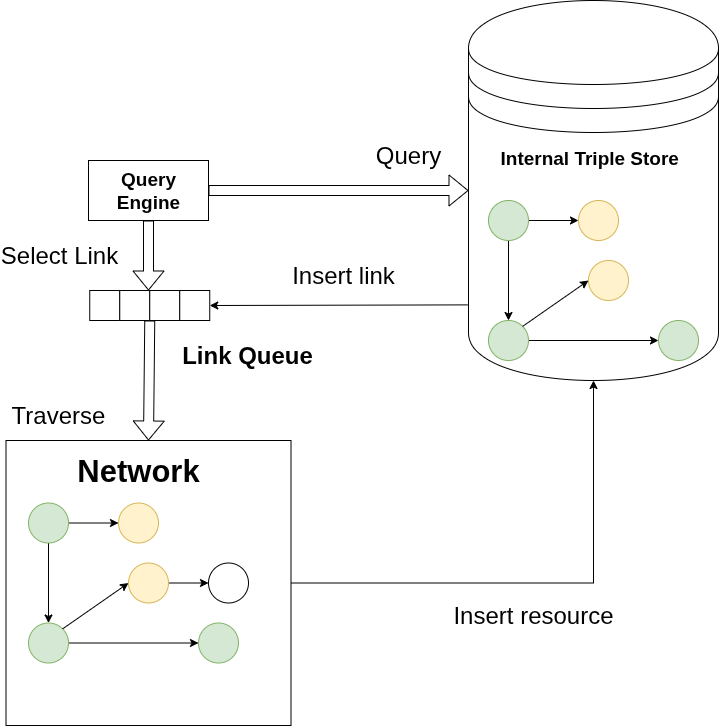
The draw.io diagram img/LTQP.drawio.png in constraintAutomaton/research-stay-plan-france-2025, before a commit. Source tidied: cells renumbered, new cells last; positions are measured from the earlier drawing's top-left corner, leaving out a move shared by most shapes.
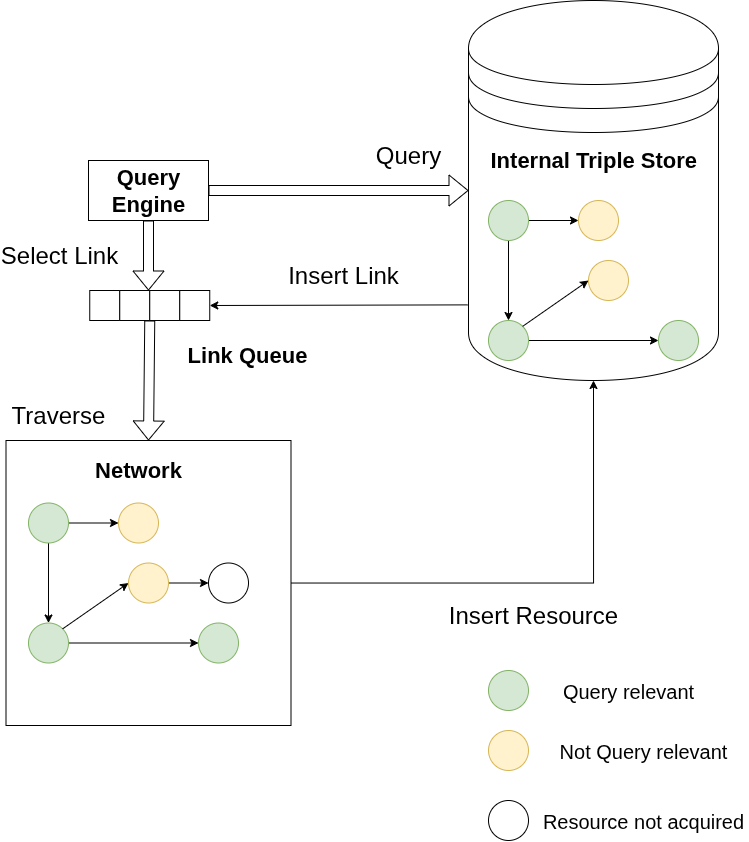
The same diagram one commit later.

Change to the diagram source:
```diff
@@ -2,7 +2,7 @@
   <root>
     <mxCell id="0" />
     <mxCell id="1" parent="0" />
-    <mxCell id="2" value="&lt;font style=&quot;font-size: 19px;&quot;&gt;&lt;b&gt;Query Engine&lt;/b&gt;&lt;/font&gt;" style="rounded=0;whiteSpace=wrap;html=1;" parent="1" vertex="1">
+    <mxCell id="2" value="&lt;font style=&quot;font-size: 22px;&quot;&gt;&lt;b style=&quot;&quot;&gt;Query Engine&lt;/b&gt;&lt;/font&gt;" style="rounded=0;whiteSpace=wrap;html=1;" parent="1" vertex="1">
       <mxGeometry x="89" y="160" width="120" height="60" as="geometry" />
     </mxCell>
     <mxCell id="3" value="&lt;font style=&quot;font-size: 24px;&quot;&gt;Traverse&lt;/font&gt;" style="text;html=1;align=center;verticalAlign=middle;whiteSpace=wrap;rounded=0;" parent="1" vertex="1">
@@ -47,8 +47,8 @@
     <mxCell id="16" style="endArrow=classic;html=1;rounded=0;exitX=1;exitY=0;exitDx=0;exitDy=0;entryX=0;entryY=0.5;entryDx=0;entryDy=0;" parent="7" edge="1" source="12" target="14">
       <mxGeometry relative="1" as="geometry" />
     </mxCell>
-    <mxCell id="17" value="&lt;b style=&quot;forced-color-adjust: none; color: rgb(0, 0, 0); font-family: Helvetica; font-size: 19px; font-style: normal; font-variant-ligatures: normal; font-variant-caps: normal; letter-spacing: normal; orphans: 2; text-align: center; text-indent: 0px; text-transform: none; widows: 2; word-spacing: 0px; -webkit-text-stroke-width: 0px; white-space: normal; text-decoration-thickness: initial; text-decoration-style: initial; text-decoration-color: initial;&quot;&gt;Internal Triple Store&lt;/b&gt;" style="text;whiteSpace=wrap;html=1;" parent="5" vertex="1">
-      <mxGeometry x="30" y="140" width="210" height="50" as="geometry" />
+    <mxCell id="17" value="&lt;b style=&quot;forced-color-adjust: none; color: rgb(0, 0, 0); font-family: Helvetica; font-style: normal; font-variant-ligatures: normal; font-variant-caps: normal; letter-spacing: normal; orphans: 2; text-align: center; text-indent: 0px; text-transform: none; widows: 2; word-spacing: 0px; -webkit-text-stroke-width: 0px; white-space: normal; text-decoration-thickness: initial; text-decoration-style: initial; text-decoration-color: initial;&quot;&gt;Internal Triple Store&lt;/b&gt;" style="text;whiteSpace=wrap;html=1;fontSize=22;" parent="5" vertex="1">
+      <mxGeometry x="20" y="140" width="250" height="50" as="geometry" />
     </mxCell>
     <mxCell id="18" value="&lt;font style=&quot;font-size: 24px;&quot;&gt;Query&lt;/font&gt;" style="text;html=1;align=center;verticalAlign=middle;whiteSpace=wrap;rounded=0;" parent="1" vertex="1">
       <mxGeometry x="379" y="140" width="60" height="30" as="geometry" />
@@ -92,7 +92,7 @@
     <mxCell id="31" style="endArrow=classic;html=1;rounded=0;exitX=1;exitY=0;exitDx=0;exitDy=0;entryX=0;entryY=0.5;entryDx=0;entryDy=0;" parent="19" edge="1" source="25" target="29">
       <mxGeometry relative="1" as="geometry" />
     </mxCell>
-    <mxCell id="32" value="&lt;font style=&quot;font-size: 31px;&quot;&gt;&lt;b&gt;Network&lt;/b&gt;&lt;/font&gt;" style="text;html=1;align=center;verticalAlign=middle;whiteSpace=wrap;rounded=0;" parent="19" vertex="1">
+    <mxCell id="32" value="&lt;font style=&quot;font-size: 22px;&quot;&gt;&lt;b style=&quot;&quot;&gt;Network&lt;/b&gt;&lt;/font&gt;" style="text;html=1;align=center;verticalAlign=middle;whiteSpace=wrap;rounded=0;" parent="19" vertex="1">
       <mxGeometry x="52.5" y="7.5" width="160" height="45" as="geometry" />
     </mxCell>
     <mxCell id="33" style="edgeStyle=orthogonalEdgeStyle;rounded=0;jettySize=auto;html=1;entryX=0.5;entryY=1;entryDx=0;entryDy=0;" parent="1" edge="1" source="20" target="6">
@@ -119,7 +119,7 @@
     <mxCell id="40" style="endArrow=classic;html=1;rounded=0;exitX=-0.003;exitY=0.801;exitDx=0;exitDy=0;exitPerimeter=0;entryX=1;entryY=0.5;entryDx=0;entryDy=0;" parent="1" edge="1" source="6" target="38">
       <mxGeometry relative="1" as="geometry" />
     </mxCell>
-    <mxCell id="41" value="&lt;font style=&quot;font-size: 24px;&quot;&gt;&lt;b&gt;Link Queue&lt;/b&gt;&lt;/font&gt;" style="text;html=1;align=center;verticalAlign=middle;whiteSpace=wrap;rounded=0;" parent="1" vertex="1">
+    <mxCell id="41" value="&lt;font style=&quot;font-size: 22px;&quot;&gt;&lt;b style=&quot;&quot;&gt;Link Queue&lt;/b&gt;&lt;/font&gt;" style="text;html=1;align=center;verticalAlign=middle;whiteSpace=wrap;rounded=0;" parent="1" vertex="1">
       <mxGeometry x="169" y="340" width="157.5" height="30" as="geometry" />
     </mxCell>
     <mxCell id="42" style="shape=flexArrow;endArrow=classic;html=1;rounded=0;exitX=0.5;exitY=1;exitDx=0;exitDy=0;" parent="1" edge="1" source="2">
@@ -130,11 +130,29 @@
     <mxCell id="43" style="shape=flexArrow;endArrow=classic;html=1;rounded=0;exitX=1;exitY=1;exitDx=0;exitDy=0;entryX=0.5;entryY=0;entryDx=0;entryDy=0;" parent="1" edge="1" source="36" target="20">
       <mxGeometry relative="1" as="geometry" />
     </mxCell>
-    <mxCell id="44" value="&lt;span style=&quot;font-size: 24px;&quot;&gt;Insert resource&lt;/span&gt;" style="text;html=1;align=center;verticalAlign=middle;whiteSpace=wrap;rounded=0;" parent="1" vertex="1">
+    <mxCell id="44" value="&lt;span style=&quot;font-size: 24px;&quot;&gt;Insert Resource&lt;/span&gt;" style="text;html=1;align=center;verticalAlign=middle;whiteSpace=wrap;rounded=0;" parent="1" vertex="1">
       <mxGeometry x="439" y="600" width="190" height="30" as="geometry" />
     </mxCell>
-    <mxCell id="45" value="&lt;span style=&quot;font-size: 24px;&quot;&gt;Insert link&lt;/span&gt;" style="text;html=1;align=center;verticalAlign=middle;whiteSpace=wrap;rounded=0;" parent="1" vertex="1">
+    <mxCell id="45" value="&lt;span style=&quot;font-size: 24px;&quot;&gt;Insert Link&lt;/span&gt;" style="text;html=1;align=center;verticalAlign=middle;whiteSpace=wrap;rounded=0;" parent="1" vertex="1">
       <mxGeometry x="249" y="260" width="190" height="30" as="geometry" />
     </mxCell>
+    <mxCell id="46" style="ellipse;whiteSpace=wrap;html=1;fillColor=#d5e8d4;strokeColor=#82b366;" parent="1" vertex="1">
+      <mxGeometry x="489" y="670" width="40" height="40" as="geometry" />
+    </mxCell>
+    <mxCell id="47" value="&lt;font style=&quot;font-size: 20px;&quot;&gt;Query relevant&lt;/font&gt;" style="text;html=1;align=center;verticalAlign=middle;whiteSpace=wrap;rounded=0;" parent="1" vertex="1">
+      <mxGeometry x="529" y="675" width="200" height="30" as="geometry" />
+    </mxCell>
+    <mxCell id="48" style="ellipse;whiteSpace=wrap;html=1;fillColor=#fff2cc;strokeColor=#d6b656;" parent="1" vertex="1">
+      <mxGeometry x="489" y="730" width="40" height="40" as="geometry" />
+    </mxCell>
+    <mxCell id="49" value="&lt;font style=&quot;font-size: 20px;&quot;&gt;Not Query relevant&lt;/font&gt;" style="text;html=1;align=center;verticalAlign=middle;whiteSpace=wrap;rounded=0;" parent="1" vertex="1">
+      <mxGeometry x="539" y="735" width="210" height="30" as="geometry" />
+    </mxCell>
+    <mxCell id="50" style="ellipse;whiteSpace=wrap;html=1;" parent="1" vertex="1">
+      <mxGeometry x="489" y="800" width="40" height="40" as="geometry" />
+    </mxCell>
+    <mxCell id="51" value="&lt;font style=&quot;font-size: 20px;&quot;&gt;Resource not acquired&lt;/font&gt;" style="text;html=1;align=center;verticalAlign=middle;whiteSpace=wrap;rounded=0;" parent="1" vertex="1">
+      <mxGeometry x="539" y="805" width="210" height="30" as="geometry" />
+    </mxCell>
   </root>
 </mxGraphModel>
```
